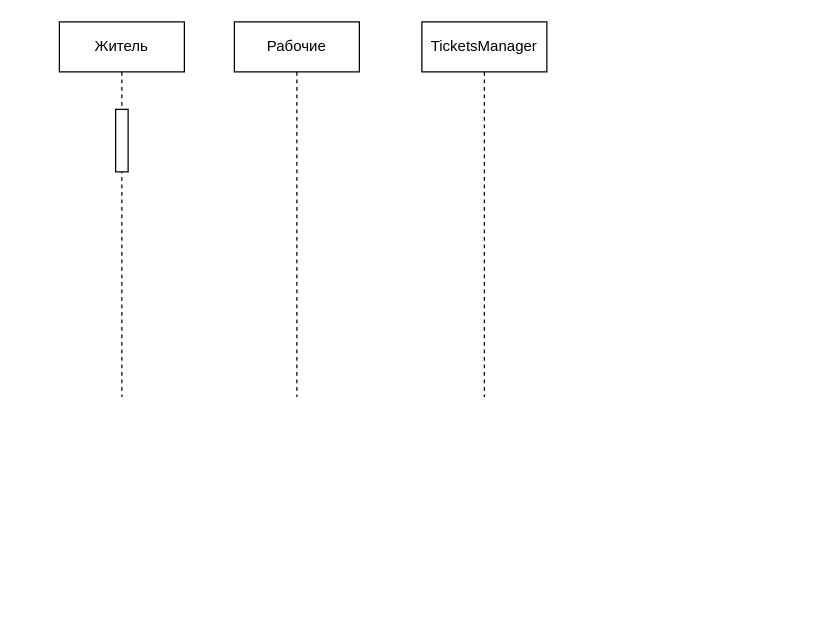
Earlier version of the draw.io diagram page "Заявки" (2 of 2) of diagrams/sequence_diagram.drawio (ArthurDavletov/ufanet_practice_zheu). Source tidied: cells renumbered, new cells numbered last; positions are measured from the earlier drawing's top-left corner, leaving out a move shared by most shapes. Both pictures are drawn from the tidied source at 125%, with x=0, y=0 at pixel (59, 21).
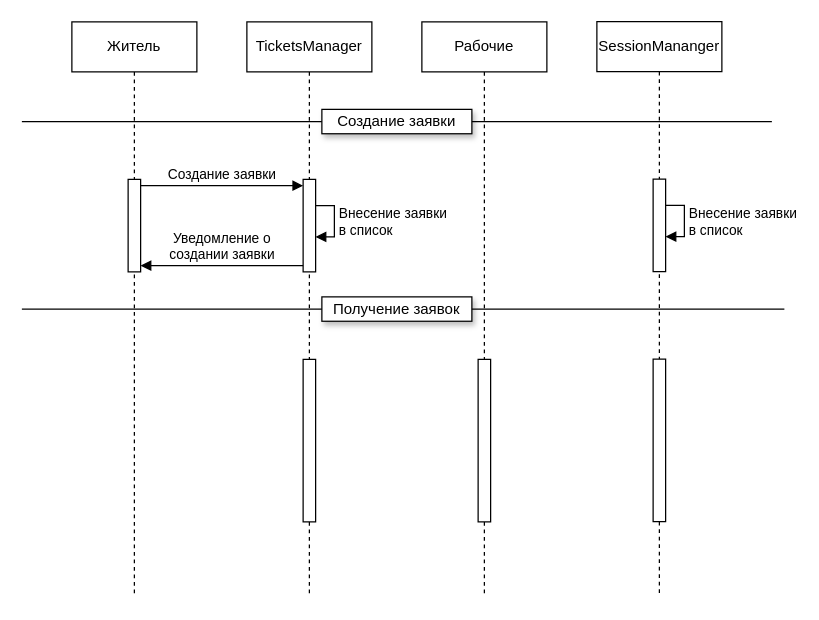
The same page after the edit.

Commit message (it also covers changes not shown here):
Добавил SessionMananger в UML

Change to the diagram source:
```diff
@@
     <mxCell id="2" value="Житель" style="shape=umlLifeline;perimeter=lifelinePerimeter;whiteSpace=wrap;html=1;newEdgeStyle={&quot;curved&quot;:0,&quot;rounded&quot;:0};" parent="1" vertex="1">
-      <mxGeometry width="100" height="300" as="geometry" />
+      <mxGeometry x="10" width="100" height="460" as="geometry" />
     </mxCell>
     <mxCell id="3" style="html=1;points=[[0,0,0,0,5],[0,1,0,0,-5],[1,0,0,0,5],[1,1,0,0,-5]];perimeter=orthogonalPerimeter;outlineConnect=0;targetShapes=umlLifeline;portConstraint=eastwest;newEdgeStyle={&quot;curved&quot;:0,&quot;rounded&quot;:0};" parent="2" vertex="1">
-      <mxGeometry x="45" y="70" width="10" height="50" as="geometry" />
+      <mxGeometry x="45" y="126" width="10" height="74" as="geometry" />
     </mxCell>
     <mxCell id="4" value="Рабочие" style="shape=umlLifeline;perimeter=lifelinePerimeter;whiteSpace=wrap;html=1;newEdgeStyle={&quot;curved&quot;:0,&quot;rounded&quot;:0};" parent="1" vertex="1">
-      <mxGeometry x="140" width="100" height="300" as="geometry" />
+      <mxGeometry x="290" width="100" height="460" as="geometry" />
     </mxCell>
+    <mxCell id="6" style="html=1;perimeter=orthogonalPerimeter;targetShapes=umlLifeline;newEdgeStyle={&quot;curved&quot;:0,&quot;rounded&quot;:0};" parent="4" vertex="1">
+      <mxGeometry x="45" y="270" width="10" height="130" as="geometry" />
+    </mxCell>
     <mxCell id="5" value="TicketsManager" style="shape=umlLifeline;perimeter=lifelinePerimeter;whiteSpace=wrap;html=1;newEdgeStyle={&quot;curved&quot;:0,&quot;rounded&quot;:0};" parent="1" vertex="1">
-      <mxGeometry x="290" width="100" height="300" as="geometry" />
+      <mxGeometry x="150" width="100" height="460" as="geometry" />
     </mxCell>
+    <mxCell id="7" style="html=1;points=[[0,0,0,0,5],[0,1,0,0,-5],[1,0,0,0,5],[1,1,0,0,-5]];perimeter=orthogonalPerimeter;outlineConnect=0;targetShapes=umlLifeline;portConstraint=eastwest;newEdgeStyle={&quot;curved&quot;:0,&quot;rounded&quot;:0};" parent="5" vertex="1">
+      <mxGeometry x="45" y="126" width="10" height="74" as="geometry" />
+    </mxCell>
+    <mxCell id="8" value="Внесение заявки&lt;div&gt;в список&lt;/div&gt;" style="html=1;align=left;spacingLeft=2;endArrow=block;rounded=0;edgeStyle=orthogonalEdgeStyle;curved=0;rounded=0;" parent="5" edge="1">
+      <mxGeometry relative="1" as="geometry">
+        <mxPoint x="55" y="147" as="sourcePoint" />
+        <mxPoint x="55" y="172" as="targetPoint" />
+        <Array as="points">
+          <mxPoint x="70" y="147" />
+          <mxPoint x="70" y="172" />
+        </Array>
+      </mxGeometry>
+    </mxCell>
+    <mxCell id="9" style="html=1;perimeter=orthogonalPerimeter;targetShapes=umlLifeline;newEdgeStyle={&quot;curved&quot;:0,&quot;rounded&quot;:0};" parent="5" vertex="1">
+      <mxGeometry x="45" y="270" width="10" height="130" as="geometry" />
+    </mxCell>
+    <mxCell id="10" value="Создание заявки" style="html=1;verticalAlign=bottom;endArrow=block;curved=0;rounded=0;entryX=0;entryY=0;entryDx=0;entryDy=5;entryPerimeter=0;exitX=1;exitY=0;exitDx=0;exitDy=5;exitPerimeter=0;" parent="1" edge="1" source="3" target="7">
+      <mxGeometry relative="1" as="geometry" />
+    </mxCell>
+    <mxCell id="11" value="Уведомление о&lt;br&gt;&lt;div&gt;создании заявки&lt;/div&gt;" style="html=1;verticalAlign=bottom;endArrow=block;curved=0;rounded=0;exitX=0;exitY=1;exitDx=0;exitDy=-5;exitPerimeter=0;" parent="1" edge="1" source="7" target="3">
+      <mxGeometry relative="1" as="geometry" />
+    </mxCell>
+    <mxCell id="12" style="line;strokeWidth=1;fillColor=none;align=left;verticalAlign=middle;spacingTop=-1;spacingLeft=3;spacingRight=3;labelPosition=right;strokeColor=inherit;" parent="1" vertex="1">
+      <mxGeometry x="-30" y="75.8" width="600" height="8" as="geometry" />
+    </mxCell>
+    <mxCell id="13" value="Создание заявки" style="text;html=1;whiteSpace=wrap;strokeColor=#000000;fillColor=#FFFFFF;align=center;verticalAlign=middle;rounded=0;shadow=1;" parent="1" vertex="1">
+      <mxGeometry x="210" y="70" width="120" height="19.5" as="geometry" />
+    </mxCell>
+    <mxCell id="14" style="line;strokeWidth=1;fillColor=none;align=left;verticalAlign=middle;spacingTop=-1;spacingLeft=3;spacingRight=3;labelPosition=right;strokeColor=inherit;" parent="1" vertex="1">
+      <mxGeometry x="-30" y="225.8" width="610" height="8" as="geometry" />
+    </mxCell>
+    <mxCell id="15" value="Получение заявок" style="text;html=1;whiteSpace=wrap;strokeColor=#000000;fillColor=#FFFFFF;align=center;verticalAlign=middle;rounded=0;shadow=1;" parent="1" vertex="1">
+      <mxGeometry x="210" y="220" width="120" height="19.5" as="geometry" />
+    </mxCell>
+    <mxCell id="16" value="SessionMananger" style="shape=umlLifeline;perimeter=lifelinePerimeter;whiteSpace=wrap;html=1;newEdgeStyle={&quot;curved&quot;:0,&quot;rounded&quot;:0};" parent="1" vertex="1">
+      <mxGeometry x="430" y="-0.2" width="100" height="460" as="geometry" />
+    </mxCell>
+    <mxCell id="17" style="html=1;perimeter=orthogonalPerimeter;targetShapes=umlLifeline;newEdgeStyle={&quot;curved&quot;:0,&quot;rounded&quot;:0};" parent="16" vertex="1">
+      <mxGeometry x="45" y="126" width="10" height="74" as="geometry" />
+    </mxCell>
+    <mxCell id="18" value="Внесение заявки&lt;div&gt;в список&lt;/div&gt;" style="html=1;align=left;spacingLeft=2;endArrow=block;rounded=0;edgeStyle=orthogonalEdgeStyle;curved=0;rounded=0;" parent="16" edge="1">
+      <mxGeometry relative="1" as="geometry">
+        <mxPoint x="55" y="147" as="sourcePoint" />
+        <mxPoint x="55" y="172" as="targetPoint" />
+        <Array as="points">
+          <mxPoint x="70" y="147" />
+          <mxPoint x="70" y="172" />
+        </Array>
+      </mxGeometry>
+    </mxCell>
+    <mxCell id="19" style="html=1;perimeter=orthogonalPerimeter;targetShapes=umlLifeline;newEdgeStyle={&quot;curved&quot;:0,&quot;rounded&quot;:0};" parent="16" vertex="1">
+      <mxGeometry x="45" y="270" width="10" height="130" as="geometry" />
+    </mxCell>
```
